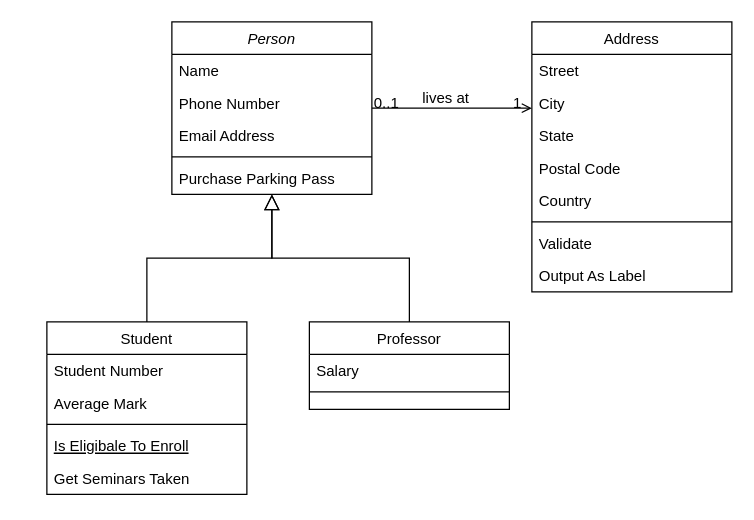
This is TestDiagram.drawio from hawnnguyen/hnl-gui-samples, a draw.io file, before an edit. Source tidied: cells renumbered, new cells numbered last; positions are measured from the earlier drawing's top-left corner, leaving out a move shared by most shapes. Both pictures are drawn from the tidied source at 125%, with x=0, y=0 at pixel (46, 21).
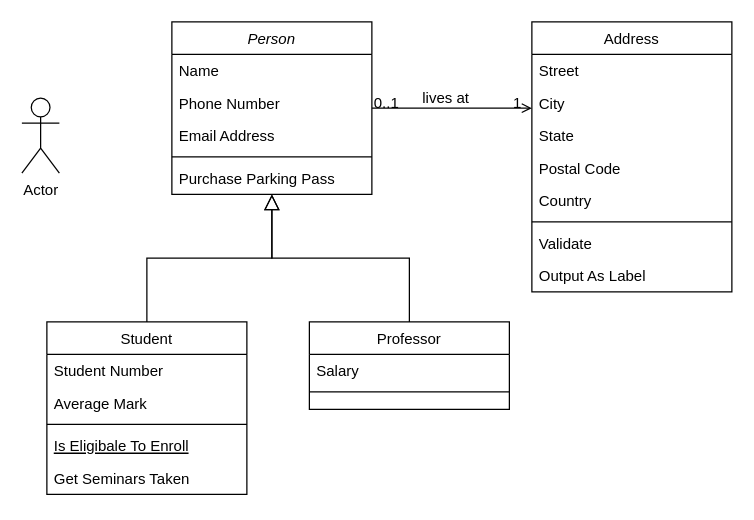
The same diagram, later.

What changed in the source:
```diff
@@
+    <mxCell id="32" value="Actor" style="shape=umlActor;verticalLabelPosition=bottom;labelBackgroundColor=#ffffff;verticalAlign=top;html=1;" parent="1" vertex="1">
+      <mxGeometry x="-20" y="61" width="30" height="60" as="geometry" />
+    </mxCell>
```
